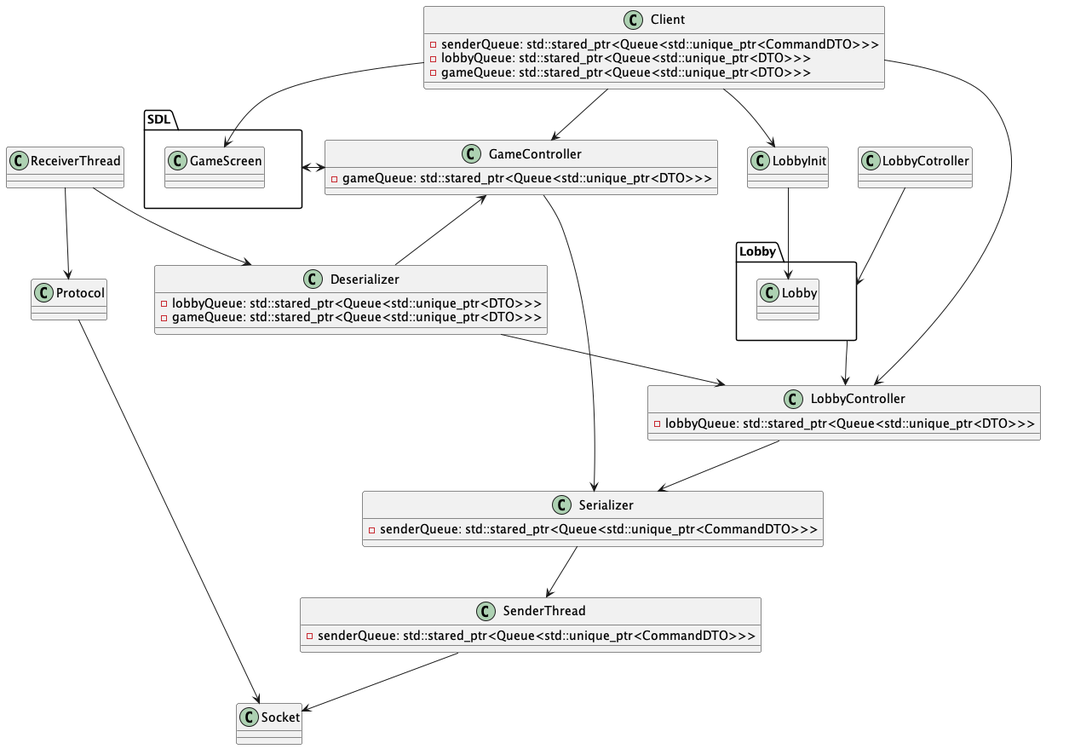
franciscoduc4/TP_Jazz_Jackrabbit_2 keeps this PlantUML diagram as src/Documentation/images/Diagrama de Clases Lobby.png. Above is the earlier version. Its diagram source:
```plantuml
@startuml Diagrama de Clases Lobby

class Client{
    - senderQueue: std::stared_ptr<Queue<std::unique_ptr<CommandDTO>>>
    - lobbyQueue: std::stared_ptr<Queue<std::unique_ptr<DTO>>>
    - gameQueue: std::stared_ptr<Queue<std::unique_ptr<DTO>>>
}
class LobbyInit
package "Lobby" as LobbyPkg{}
package "SDL" as SDLPkg{}

class LobbyController{
    - lobbyQueue: std::stared_ptr<Queue<std::unique_ptr<DTO>>>
}
class GameController {
    - gameQueue: std::stared_ptr<Queue<std::unique_ptr<DTO>>>
}
class Serializer {
    - senderQueue: std::stared_ptr<Queue<std::unique_ptr<CommandDTO>>>
}
class SenderThread {
    - senderQueue: std::stared_ptr<Queue<std::unique_ptr<CommandDTO>>>
}
class Socket
class ReceiverThread
class Protocol
class Deserializer {
    - lobbyQueue: std::stared_ptr<Queue<std::unique_ptr<DTO>>>
    - gameQueue: std::stared_ptr<Queue<std::unique_ptr<DTO>>>
}

Client --> LobbyInit
Client --> LobbyController
Client --> GameController

LobbyInit --> LobbyPkg.Lobby
Client --> SDLPkg.GameScreen

LobbyPkg --> LobbyController
LobbyCotroller --> LobbyPkg

SDLPkg --> GameController
GameController --> SDLPkg

LobbyController --> Serializer
GameController --> Serializer
Serializer --> SenderThread
SenderThread --> Socket
Protocol --> Socket
ReceiverThread --> Protocol
ReceiverThread --> Deserializer
Deserializer --> LobbyController
GameController <-- Deserializer

@enduml
```
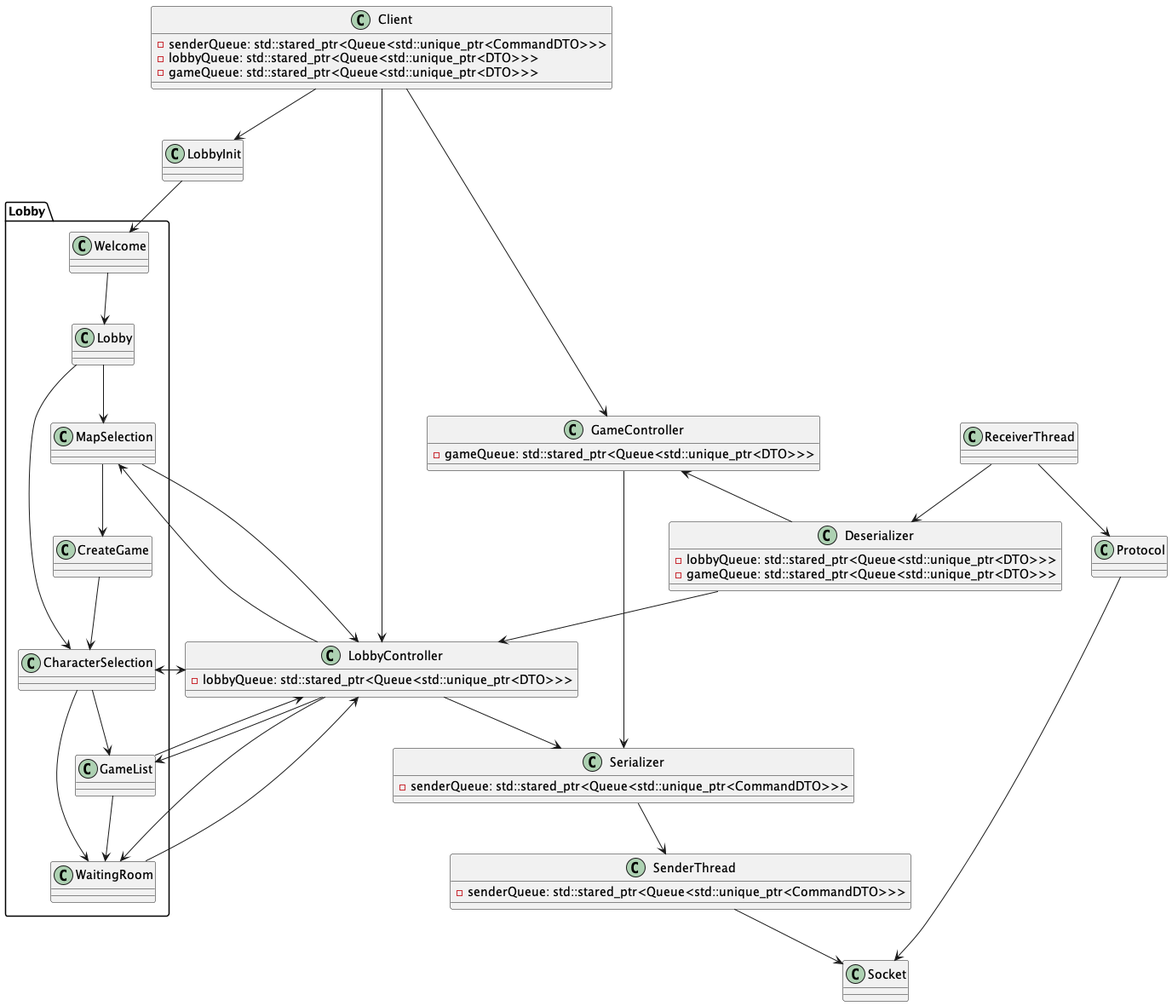
After the change.

Diff of the diagram source:
```diff
@@ -6,8 +6,15 @@
     - gameQueue: std::stared_ptr<Queue<std::unique_ptr<DTO>>>
 }
 class LobbyInit
-package "Lobby" as LobbyPkg{}
-package "SDL" as SDLPkg{}
+package "Lobby" as LobbyPkg {
+    class Lobby
+    class MapSelection
+    class CreateGame
+    class CharacterSelection
+    class GameList
+    class WaitingRoom
+    class Welcome
+}
 
 class LobbyController{
     - lobbyQueue: std::stared_ptr<Queue<std::unique_ptr<DTO>>>
@@ -32,15 +39,25 @@
 Client --> LobbyInit
 Client --> LobbyController
 Client --> GameController
+LobbyInit --> Welcome
+Welcome --> Lobby
+Lobby --> MapSelection
+MapSelection --> CreateGame
+CreateGame --> CharacterSelection
+Lobby --> CharacterSelection
+CharacterSelection --> GameList
+CharacterSelection --> WaitingRoom
+GameList --> WaitingRoom
 
-LobbyInit --> LobbyPkg.Lobby
-Client --> SDLPkg.GameScreen
+MapSelection --> LobbyController
+CharacterSelection --> LobbyController
+GameList --> LobbyController
+WaitingRoom --> LobbyController
 
-LobbyPkg --> LobbyController
-LobbyCotroller --> LobbyPkg
-
-SDLPkg --> GameController
-GameController --> SDLPkg
+LobbyController --> MapSelection
+LobbyController --> CharacterSelection
+LobbyController --> GameList
+LobbyController --> WaitingRoom
 
 LobbyController --> Serializer
 GameController --> Serializer
```
